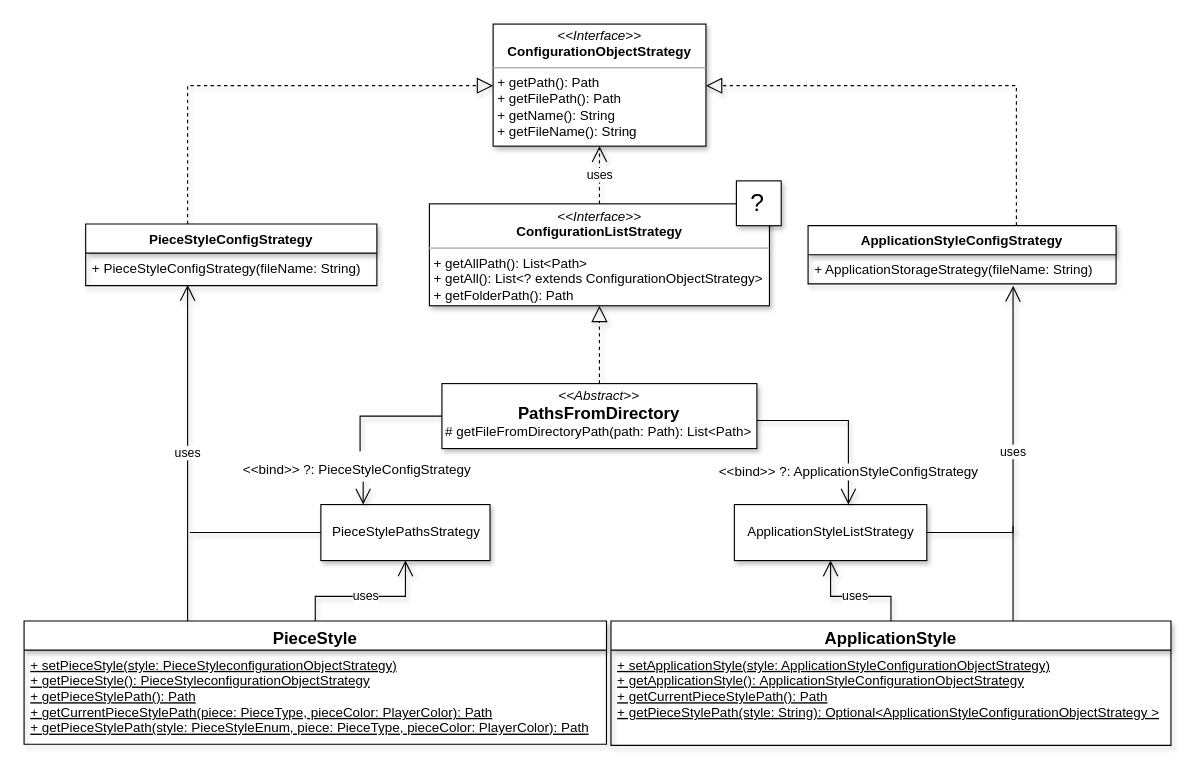
Earlier version of the draw.io diagram page "style" (4 of 6) of report/UML TP.drawio (zucchero-sintattico/OOP20-Jhaturanga). Source tidied: cells renumbered, new cells numbered last; positions are measured from the earlier drawing's top-left corner, leaving out a move shared by most shapes. Both pictures are drawn from the tidied source at 112%, with x=0, y=0 at pixel (24, 24).
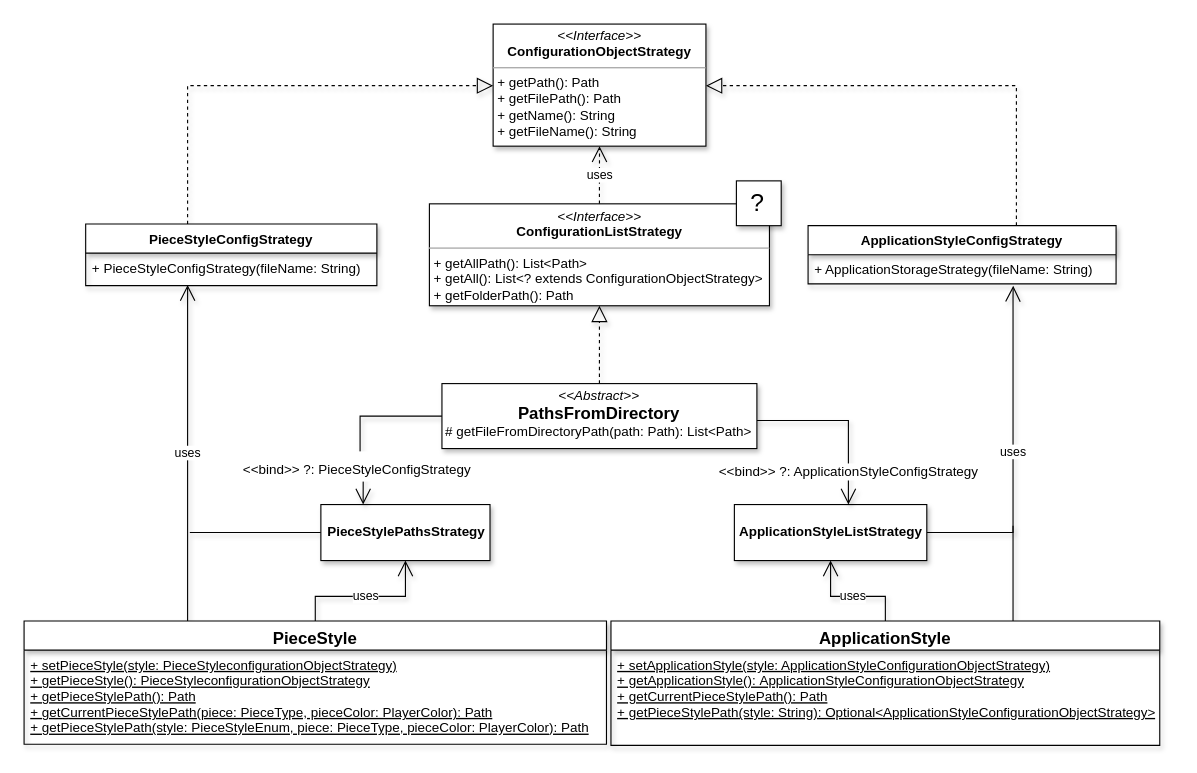
The same diagram, later.

Diff of the diagram source:
```diff
@@
     <mxCell id="8" value="ApplicationStyle" style="swimlane;fontStyle=1;align=center;verticalAlign=top;horizontal=1;startSize=26;fontSize=15;shadow=1;" parent="1" vertex="1">
-      <mxGeometry x="524" y="533" width="500" height="111" as="geometry" />
+      <mxGeometry x="524" y="533" width="490" height="111" as="geometry" />
     </mxCell>
-    <mxCell id="9" value="+ setApplicationStyle(style: ApplicationStyleConfigurationObjectStrategy)&#10;+ getApplicationStyle(): ApplicationStyleConfigurationObjectStrategy&#10;+ getCurrentPieceStylePath(): Path&#10;+ getPieceStylePath(style: String): Optional&lt;ApplicationStyleConfigurationObjectStrategy &gt;&#10;" style="text;strokeColor=none;fillColor=none;align=left;verticalAlign=top;spacingLeft=4;spacingRight=4;overflow=hidden;shadow=1;fontStyle=4;" parent="8" vertex="1">
-      <mxGeometry y="26" width="500" height="85" as="geometry" />
+    <mxCell id="9" value="+ setApplicationStyle(style: ApplicationStyleConfigurationObjectStrategy)&#10;+ getApplicationStyle(): ApplicationStyleConfigurationObjectStrategy&#10;+ getCurrentPieceStylePath(): Path&#10;+ getPieceStylePath(style: String): Optional&lt;ApplicationStyleConfigurationObjectStrategy&gt;&#10;" style="text;strokeColor=none;fillColor=none;align=left;verticalAlign=top;spacingLeft=4;spacingRight=4;overflow=hidden;shadow=1;fontStyle=4;" parent="8" vertex="1">
+      <mxGeometry y="26" width="490" height="85" as="geometry" />
     </mxCell>
@@
-    <mxCell id="13" value="PieceStylePathsStrategy" style="html=1;shadow=1;align=center;" parent="1" vertex="1">
+    <mxCell id="13" value="&lt;b&gt;PieceStylePathsStrategy&lt;/b&gt;" style="html=1;shadow=1;align=center;" parent="1" vertex="1">
       <mxGeometry x="265" y="429" width="151" height="50" as="geometry" />
     </mxCell>
@@
-    <mxCell id="15" value="ApplicationStyleListStrategy" style="html=1;shadow=1;align=center;" parent="1" vertex="1">
+    <mxCell id="15" value="&lt;b&gt;ApplicationStyleListStrategy&lt;/b&gt;" style="html=1;shadow=1;align=center;" parent="1" vertex="1">
       <mxGeometry x="634.2" y="429" width="171.8" height="50" as="geometry" />
     </mxCell>
```
